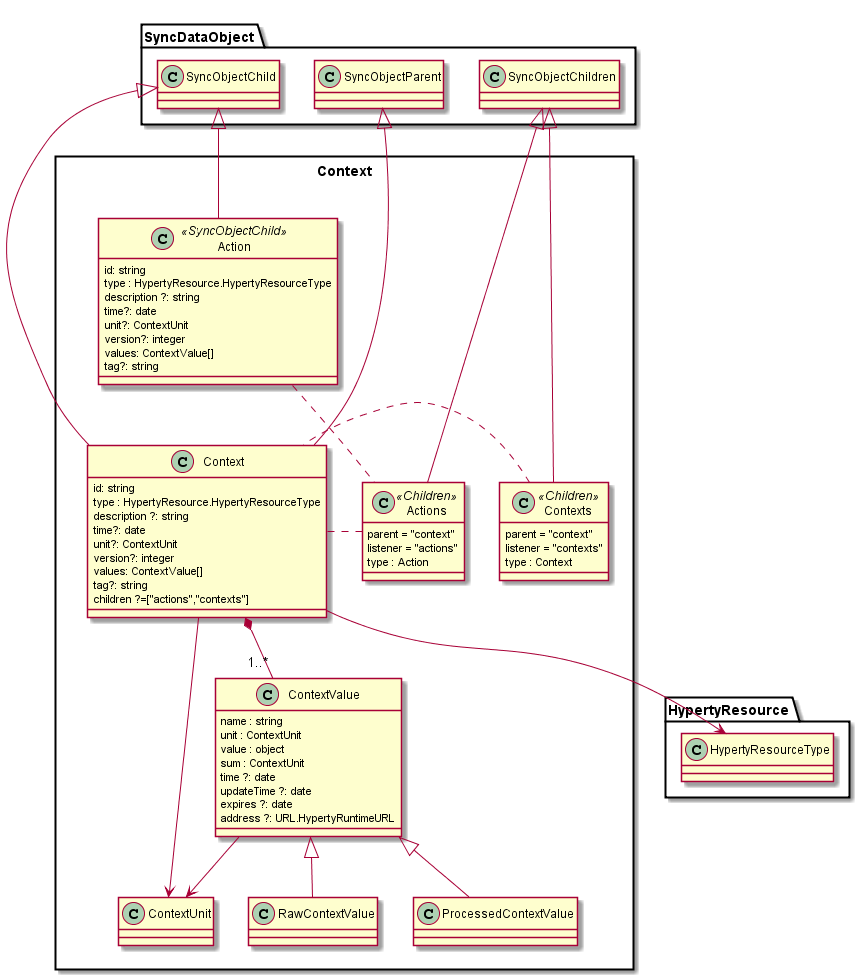
This is docs/datamodel/data-objects/context/Context.png from reTHINK-project/dev-service-framework, a PlantUML export, as it was before one commit.
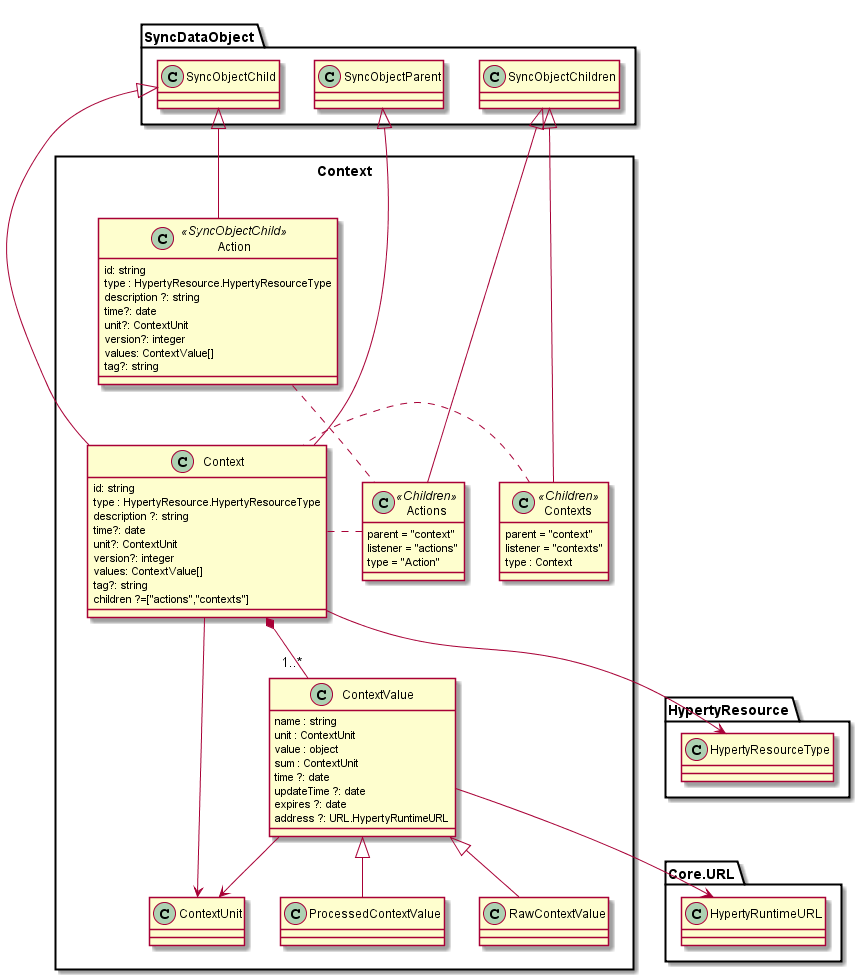
The same file after the commit.

Commit message:
"SyncObjectChildren.type" type changed to "string"

Diff of the diagram source:
```diff
@@ -38,7 +38,7 @@
 	class Actions <<Children>> {
 		parent = "context"
 		listener = "actions"
-		type : Action
+		type = "Action"
 	}
 
 	class Action <<SyncObjectChild>> {
@@ -71,6 +71,7 @@
 	Context --> HypertyResource.HypertyResourceType
 	Context --> ContextUnit
 	ContextValue --> ContextUnit
+	ContextValue --> Core.URL.HypertyRuntimeURL
 
 
 	RawContextValue -up-|> ContextValue
```
